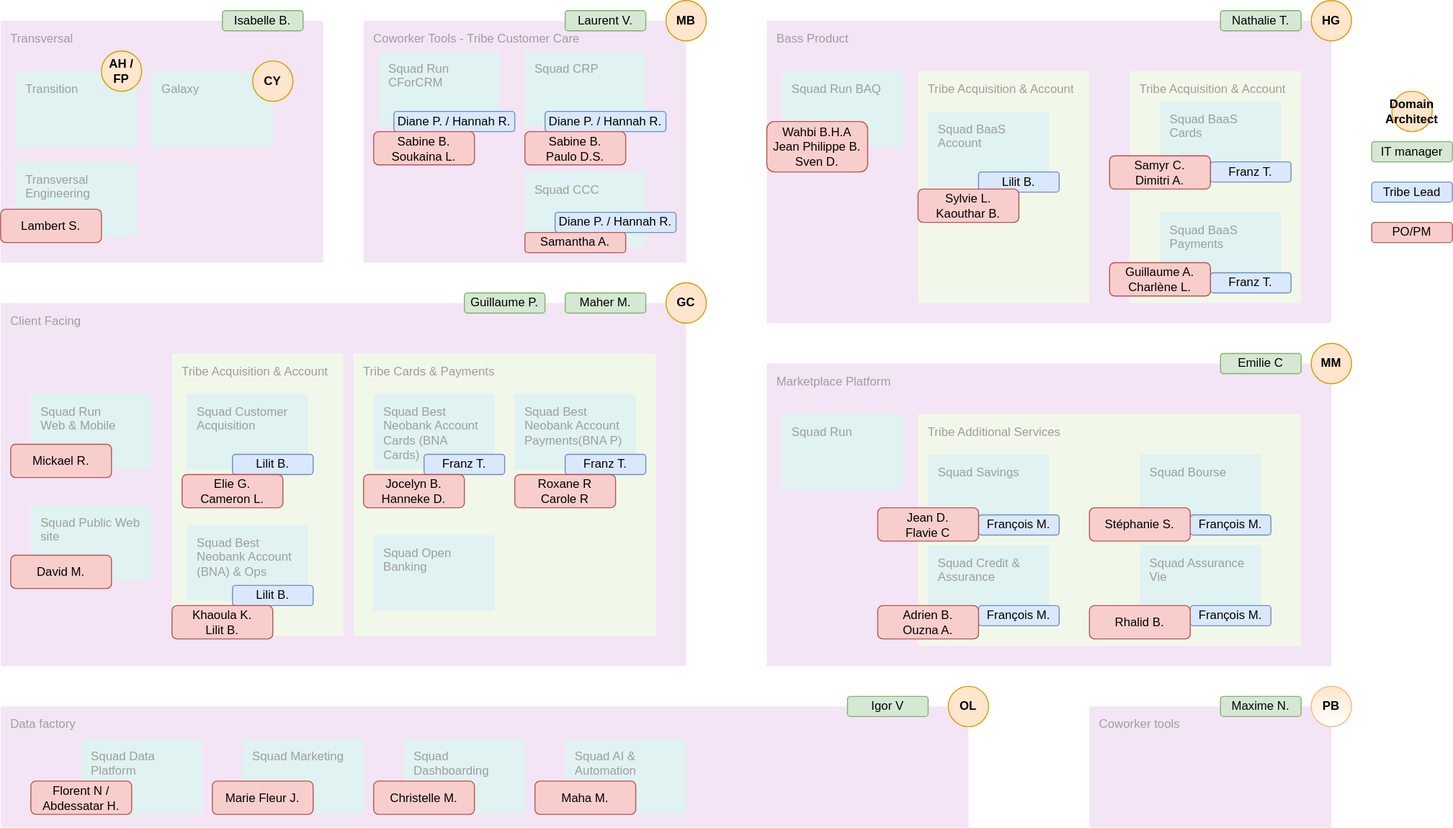
Earlier version of the draw.io export orga_domains.drawio.svg (chaindatax/b4b). Source tidied: cells renumbered, new cells last; positions are measured from the earlier drawing's top-left corner, leaving out a move shared by most shapes.
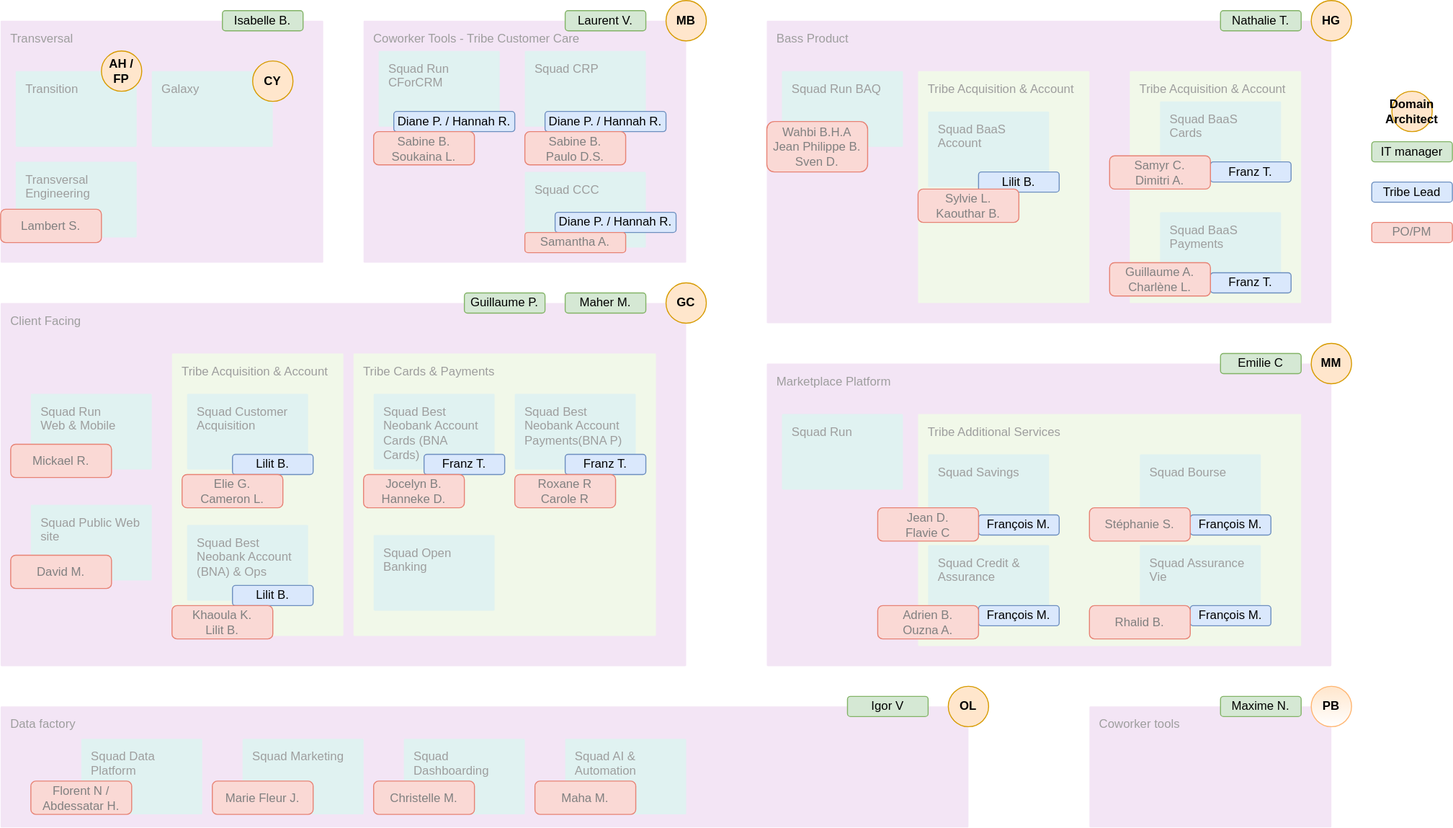
Above is the later version.

Commit message:
Mettre à jour orga_domains.drawio.svg

Change to the diagram source:
```diff
@@ -219,73 +219,73 @@
       <mxGeometry x="1360" y="140" width="80" height="20" as="geometry" />
     </mxCell>
     <mxCell id="76" value="PO/PM" parent="0" />
-    <mxCell id="77" value="PO/PM" style="rounded=1;whiteSpace=wrap;html=1;fillColor=#f8cecc;strokeColor=#b85450;" parent="76" vertex="1">
+    <mxCell id="77" value="PO/PM" style="rounded=1;whiteSpace=wrap;html=1;fillColor=#fad9d5;strokeColor=#e78274;labelBorderColor=none;fontColor=#808080;" parent="76" vertex="1">
       <mxGeometry x="1360" y="220" width="80" height="20" as="geometry" />
     </mxCell>
-    <mxCell id="78" value="Florent N / Abdessatar H." style="rounded=1;whiteSpace=wrap;html=1;fillColor=#f8cecc;strokeColor=#b85450;" parent="76" vertex="1">
+    <mxCell id="78" value="Florent N / Abdessatar H." style="rounded=1;whiteSpace=wrap;html=1;fillColor=#fad9d5;strokeColor=#e78274;labelBorderColor=none;fontColor=#808080;" parent="76" vertex="1">
       <mxGeometry x="30" y="774" width="100" height="33" as="geometry" />
     </mxCell>
-    <mxCell id="79" value="Marie Fleur J." style="rounded=1;whiteSpace=wrap;html=1;fillColor=#f8cecc;strokeColor=#b85450;" parent="76" vertex="1">
+    <mxCell id="79" value="Marie Fleur J." style="rounded=1;whiteSpace=wrap;html=1;fillColor=#fad9d5;strokeColor=#e78274;labelBorderColor=none;fontColor=#808080;" parent="76" vertex="1">
       <mxGeometry x="210" y="774" width="100" height="33" as="geometry" />
     </mxCell>
-    <mxCell id="80" value="Christelle M." style="rounded=1;whiteSpace=wrap;html=1;fillColor=#f8cecc;strokeColor=#b85450;" parent="76" vertex="1">
+    <mxCell id="80" value="Christelle M." style="rounded=1;whiteSpace=wrap;html=1;fillColor=#fad9d5;strokeColor=#e78274;labelBorderColor=none;fontColor=#808080;" parent="76" vertex="1">
       <mxGeometry x="370" y="774" width="100" height="33" as="geometry" />
     </mxCell>
-    <mxCell id="81" value="Maha M." style="rounded=1;whiteSpace=wrap;html=1;fillColor=#f8cecc;strokeColor=#b85450;" parent="76" vertex="1">
+    <mxCell id="81" value="Maha M." style="rounded=1;whiteSpace=wrap;html=1;fillColor=#fad9d5;strokeColor=#e78274;labelBorderColor=none;fontColor=#808080;" parent="76" vertex="1">
       <mxGeometry x="530" y="774" width="100" height="33" as="geometry" />
     </mxCell>
-    <mxCell id="82" value="Lambert S." style="rounded=1;whiteSpace=wrap;html=1;fillColor=#f8cecc;strokeColor=#b85450;" parent="76" vertex="1">
+    <mxCell id="82" value="Lambert S." style="rounded=1;whiteSpace=wrap;html=1;fillColor=#fad9d5;strokeColor=#e78274;labelBorderColor=none;fontColor=#808080;" parent="76" vertex="1">
       <mxGeometry y="207" width="100" height="33" as="geometry" />
     </mxCell>
-    <mxCell id="83" value="Mickael R." style="rounded=1;whiteSpace=wrap;html=1;fillColor=#f8cecc;strokeColor=#b85450;" parent="76" vertex="1">
+    <mxCell id="83" value="Mickael R." style="rounded=1;whiteSpace=wrap;html=1;fillColor=#fad9d5;strokeColor=#e78274;labelBorderColor=none;fontColor=#808080;" parent="76" vertex="1">
       <mxGeometry x="10" y="440" width="100" height="33" as="geometry" />
     </mxCell>
-    <mxCell id="84" value="David M." style="rounded=1;whiteSpace=wrap;html=1;fillColor=#f8cecc;strokeColor=#b85450;" parent="76" vertex="1">
+    <mxCell id="84" value="David M." style="rounded=1;whiteSpace=wrap;html=1;fillColor=#fad9d5;strokeColor=#e78274;labelBorderColor=none;fontColor=#808080;" parent="76" vertex="1">
       <mxGeometry x="10" y="550" width="100" height="33" as="geometry" />
     </mxCell>
-    <mxCell id="85" value="Elie G.&lt;br&gt;Cameron L." style="rounded=1;whiteSpace=wrap;html=1;fillColor=#f8cecc;strokeColor=#b85450;" parent="76" vertex="1">
+    <mxCell id="85" value="Elie G.&lt;br&gt;Cameron L." style="rounded=1;whiteSpace=wrap;html=1;fillColor=#fad9d5;strokeColor=#e78274;labelBorderColor=none;fontColor=#808080;" parent="76" vertex="1">
       <mxGeometry x="180" y="470" width="100" height="33" as="geometry" />
     </mxCell>
-    <mxCell id="86" value="Khaoula K.&lt;br&gt;Lilit B." style="rounded=1;whiteSpace=wrap;html=1;fillColor=#f8cecc;strokeColor=#b85450;" parent="76" vertex="1">
+    <mxCell id="86" value="Khaoula K.&lt;br&gt;Lilit B." style="rounded=1;whiteSpace=wrap;html=1;fillColor=#fad9d5;strokeColor=#e78274;labelBorderColor=none;fontColor=#808080;" parent="76" vertex="1">
       <mxGeometry x="170" y="600" width="100" height="33" as="geometry" />
     </mxCell>
-    <mxCell id="87" value="Jocelyn B.&lt;br&gt;Hanneke D." style="rounded=1;whiteSpace=wrap;html=1;fillColor=#f8cecc;strokeColor=#b85450;" parent="76" vertex="1">
+    <mxCell id="87" value="Jocelyn B.&lt;br&gt;Hanneke D." style="rounded=1;whiteSpace=wrap;html=1;fillColor=#fad9d5;strokeColor=#e78274;labelBorderColor=none;fontColor=#808080;" parent="76" vertex="1">
       <mxGeometry x="360" y="470" width="100" height="33" as="geometry" />
     </mxCell>
-    <mxCell id="88" value="Roxane R&lt;br&gt;Carole R" style="rounded=1;whiteSpace=wrap;html=1;fillColor=#f8cecc;strokeColor=#b85450;" parent="76" vertex="1">
+    <mxCell id="88" value="Roxane R&lt;br&gt;Carole R" style="rounded=1;whiteSpace=wrap;html=1;fillColor=#fad9d5;strokeColor=#e78274;labelBorderColor=none;fontColor=#808080;" parent="76" vertex="1">
       <mxGeometry x="510" y="470" width="100" height="33" as="geometry" />
     </mxCell>
-    <mxCell id="89" value="Sabine B.&lt;br&gt;Soukaina L." style="rounded=1;whiteSpace=wrap;html=1;fillColor=#f8cecc;strokeColor=#b85450;" parent="76" vertex="1">
+    <mxCell id="89" value="Sabine B.&lt;br&gt;Soukaina L." style="rounded=1;whiteSpace=wrap;html=1;fillColor=#fad9d5;strokeColor=#e78274;labelBorderColor=none;fontColor=#808080;" parent="76" vertex="1">
       <mxGeometry x="370" y="130" width="100" height="33" as="geometry" />
     </mxCell>
-    <mxCell id="90" value="Sabine B.&lt;br&gt;Paulo D.S." style="rounded=1;whiteSpace=wrap;html=1;fillColor=#f8cecc;strokeColor=#b85450;" parent="76" vertex="1">
+    <mxCell id="90" value="Sabine B.&lt;br&gt;Paulo D.S." style="rounded=1;whiteSpace=wrap;html=1;fillColor=#fad9d5;strokeColor=#e78274;labelBorderColor=none;fontColor=#808080;" parent="76" vertex="1">
       <mxGeometry x="520" y="130" width="100" height="33" as="geometry" />
     </mxCell>
-    <mxCell id="91" value="Samantha A." style="rounded=1;whiteSpace=wrap;html=1;fillColor=#f8cecc;strokeColor=#b85450;" parent="76" vertex="1">
+    <mxCell id="91" value="Samantha A." style="rounded=1;whiteSpace=wrap;html=1;fillColor=#fad9d5;strokeColor=#e78274;labelBorderColor=none;fontColor=#808080;" parent="76" vertex="1">
       <mxGeometry x="520" y="230" width="100" height="20" as="geometry" />
     </mxCell>
-    <mxCell id="92" value="Wahbi B.H.A&lt;br&gt;Jean Philippe B.&lt;br&gt;Sven D." style="rounded=1;whiteSpace=wrap;html=1;fillColor=#f8cecc;strokeColor=#b85450;" parent="76" vertex="1">
+    <mxCell id="92" value="Wahbi B.H.A&lt;br&gt;Jean Philippe B.&lt;br&gt;Sven D." style="rounded=1;whiteSpace=wrap;html=1;fillColor=#fad9d5;strokeColor=#e78274;labelBorderColor=none;fontColor=#808080;" parent="76" vertex="1">
       <mxGeometry x="760" y="120" width="100" height="50" as="geometry" />
     </mxCell>
-    <mxCell id="93" value="Sylvie L.&lt;br&gt;Kaouthar B." style="rounded=1;whiteSpace=wrap;html=1;fillColor=#f8cecc;strokeColor=#b85450;" parent="76" vertex="1">
+    <mxCell id="93" value="Sylvie L.&lt;br&gt;Kaouthar B." style="rounded=1;whiteSpace=wrap;html=1;fillColor=#fad9d5;strokeColor=#e78274;labelBorderColor=none;fontColor=#808080;" parent="76" vertex="1">
       <mxGeometry x="910" y="187" width="100" height="33" as="geometry" />
     </mxCell>
-    <mxCell id="94" value="Samyr C.&lt;br&gt;Dimitri A." style="rounded=1;whiteSpace=wrap;html=1;fillColor=#f8cecc;strokeColor=#b85450;" parent="76" vertex="1">
+    <mxCell id="94" value="Samyr C.&lt;br&gt;Dimitri A." style="rounded=1;whiteSpace=wrap;html=1;fillColor=#fad9d5;strokeColor=#e78274;labelBorderColor=none;fontColor=#808080;" parent="76" vertex="1">
       <mxGeometry x="1100" y="154" width="100" height="33" as="geometry" />
     </mxCell>
-    <mxCell id="95" value="Guillaume A.&lt;br&gt;Charlène L." style="rounded=1;whiteSpace=wrap;html=1;fillColor=#f8cecc;strokeColor=#b85450;" parent="76" vertex="1">
+    <mxCell id="95" value="Guillaume A.&lt;br&gt;Charlène L." style="rounded=1;whiteSpace=wrap;html=1;fillColor=#fad9d5;strokeColor=#e78274;labelBorderColor=none;fontColor=#808080;" parent="76" vertex="1">
       <mxGeometry x="1100" y="260" width="100" height="33" as="geometry" />
     </mxCell>
-    <mxCell id="96" value="Jean D.&lt;br&gt;Flavie C" style="rounded=1;whiteSpace=wrap;html=1;fillColor=#f8cecc;strokeColor=#b85450;" parent="76" vertex="1">
+    <mxCell id="96" value="Jean D.&lt;br&gt;Flavie C" style="rounded=1;whiteSpace=wrap;html=1;fillColor=#fad9d5;strokeColor=#e78274;labelBorderColor=none;fontColor=#808080;" parent="76" vertex="1">
       <mxGeometry x="870" y="503" width="100" height="33" as="geometry" />
     </mxCell>
-    <mxCell id="97" value="Adrien B.&lt;br&gt;Ouzna A." style="rounded=1;whiteSpace=wrap;html=1;fillColor=#f8cecc;strokeColor=#b85450;" parent="76" vertex="1">
+    <mxCell id="97" value="Adrien B.&lt;br&gt;Ouzna A." style="rounded=1;whiteSpace=wrap;html=1;fillColor=#fad9d5;strokeColor=#e78274;labelBorderColor=none;fontColor=#808080;" parent="76" vertex="1">
       <mxGeometry x="870" y="600" width="100" height="33" as="geometry" />
     </mxCell>
-    <mxCell id="98" value="Stéphanie S." style="rounded=1;whiteSpace=wrap;html=1;fillColor=#f8cecc;strokeColor=#b85450;" parent="76" vertex="1">
+    <mxCell id="98" value="Stéphanie S." style="rounded=1;whiteSpace=wrap;html=1;fillColor=#fad9d5;strokeColor=#e78274;labelBorderColor=none;fontColor=#808080;" parent="76" vertex="1">
       <mxGeometry x="1080" y="503" width="100" height="33" as="geometry" />
     </mxCell>
-    <mxCell id="99" value="Rhalid B." style="rounded=1;whiteSpace=wrap;html=1;fillColor=#f8cecc;strokeColor=#b85450;" parent="76" vertex="1">
+    <mxCell id="99" value="Rhalid B." style="rounded=1;whiteSpace=wrap;html=1;fillColor=#fad9d5;strokeColor=#e78274;labelBorderColor=none;fontColor=#808080;" parent="76" vertex="1">
       <mxGeometry x="1080" y="600" width="100" height="33" as="geometry" />
     </mxCell>
   </root>
```
